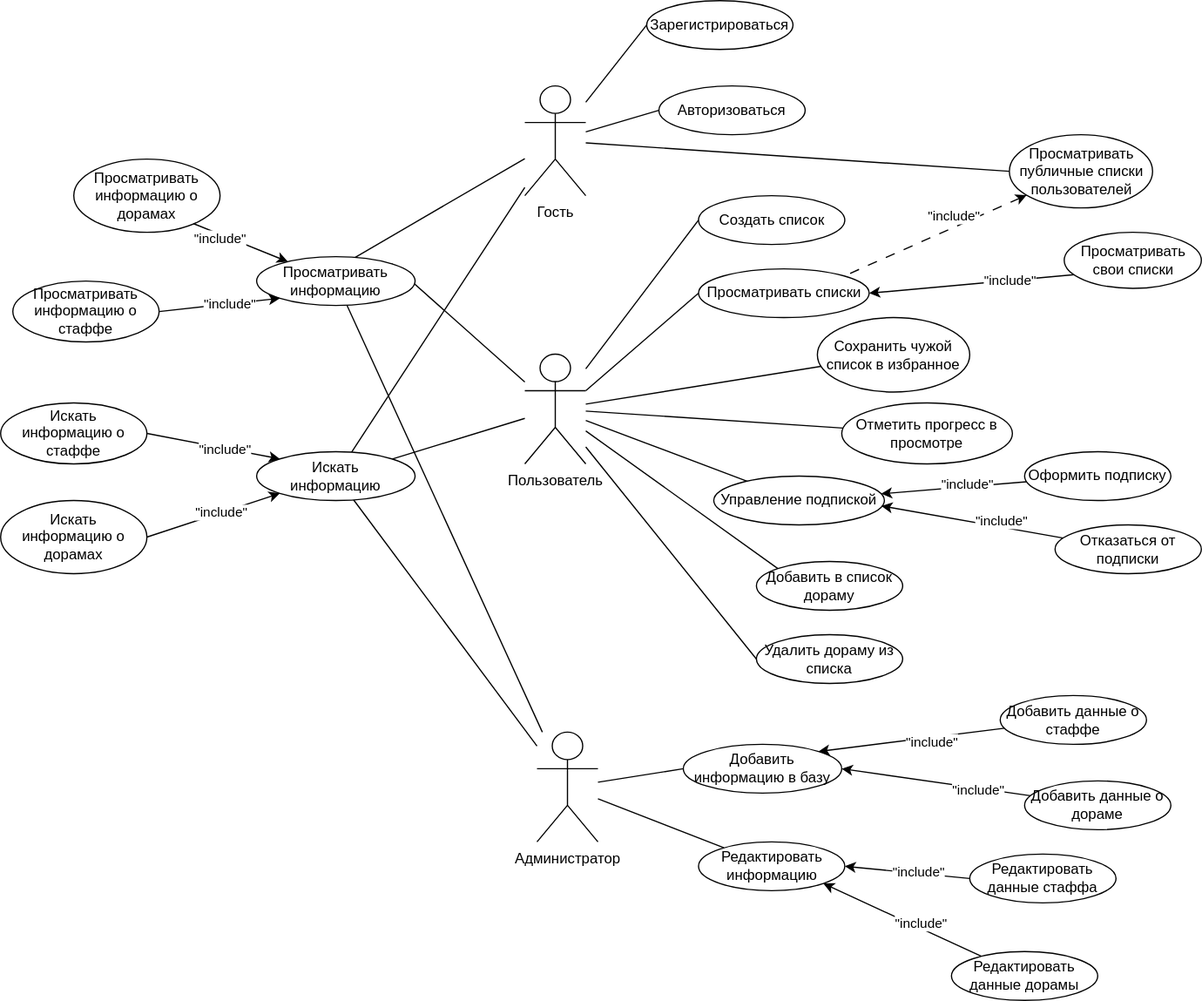
AskaryanKarine/DoramaSet keeps this draw.io diagram as docs/img/use-case.svg. Above is the earlier version. Source tidied: cells renumbered, new cells last; positions are measured from the earlier drawing's top-left corner, leaving out a move shared by most shapes.
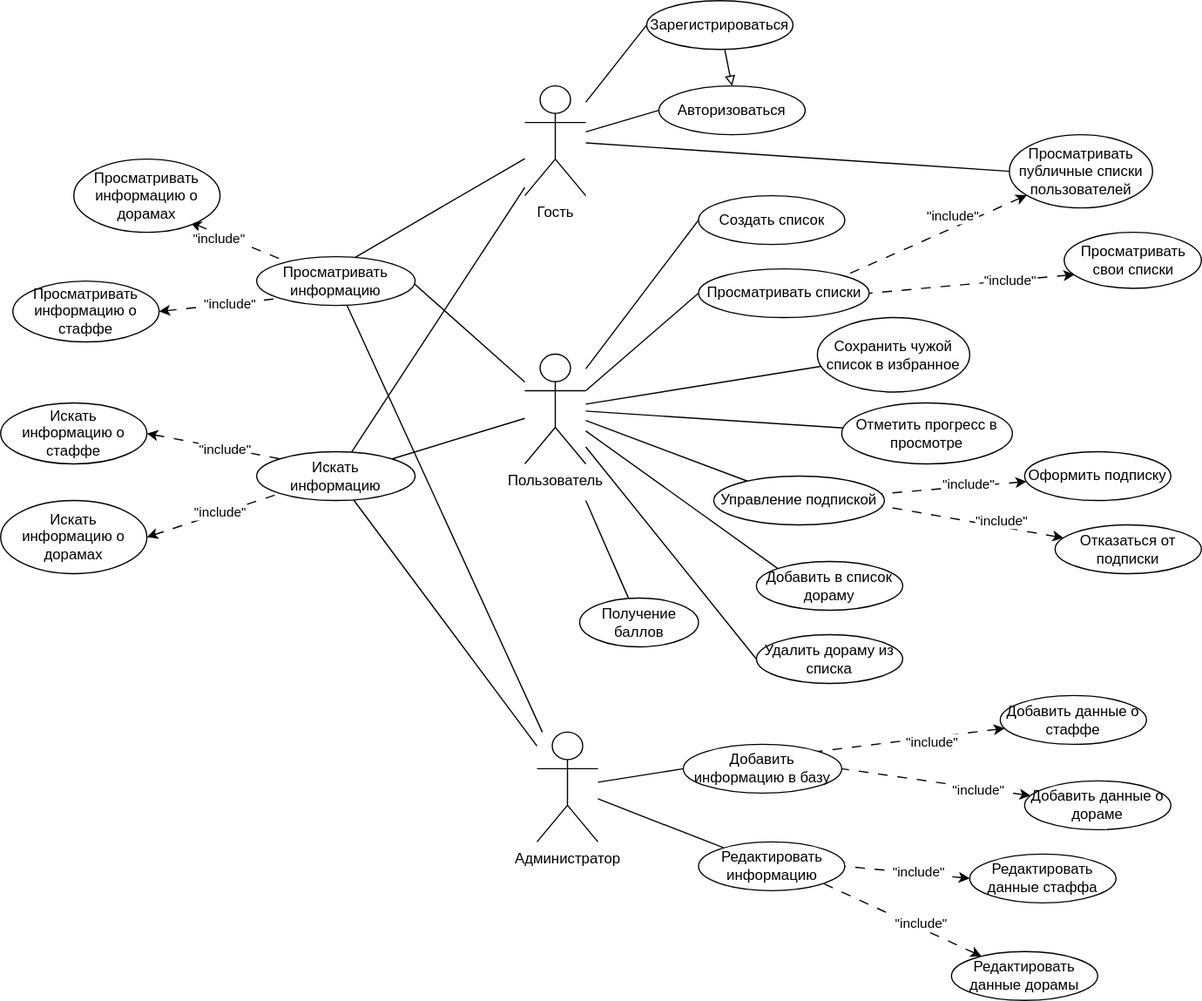
After the commit.

Diff of the diagram source:
```diff
@@ -17,6 +17,9 @@
     <mxCell id="6" value="Гость" style="shape=umlActor;verticalLabelPosition=bottom;verticalAlign=top;html=1;outlineConnect=0;" parent="1" vertex="1">
       <mxGeometry x="430" y="70" width="50" height="90" as="geometry" />
     </mxCell>
+    <mxCell id="72" style="rounded=0;jettySize=auto;html=1;entryX=0.5;entryY=0;entryDx=0;entryDy=0;startArrow=none;startFill=0;endArrow=block;endFill=0;endSize=6;" parent="1" edge="1" source="7" target="8">
+      <mxGeometry relative="1" as="geometry" />
+    </mxCell>
     <mxCell id="7" value="Зарегистрироваться" style="ellipse;whiteSpace=wrap;html=1;" parent="1" vertex="1">
       <mxGeometry x="530" width="120" height="40" as="geometry" />
     </mxCell>
@@ -56,7 +59,7 @@
     <mxCell id="19" value="Просматривать списки" style="ellipse;whiteSpace=wrap;html=1;" parent="1" vertex="1">
       <mxGeometry x="572.5" y="220" width="140" height="40" as="geometry" />
     </mxCell>
-    <mxCell id="20" style="edgeStyle=none;rounded=0;jettySize=auto;html=1;endArrow=classic;endFill=1;exitX=0.075;exitY=0.755;exitDx=0;exitDy=0;exitPerimeter=0;entryX=1;entryY=0.5;entryDx=0;entryDy=0;" parent="1" edge="1" source="22" target="19">
+    <mxCell id="20" style="edgeStyle=none;rounded=0;jettySize=auto;html=1;endArrow=none;endFill=0;exitX=0.075;exitY=0.755;exitDx=0;exitDy=0;exitPerimeter=0;entryX=1;entryY=0.5;entryDx=0;entryDy=0;startArrow=classic;startFill=1;endSize=6;dashed=1;dashPattern=8 8;" parent="1" edge="1" source="22" target="19">
       <mxGeometry relative="1" as="geometry" />
     </mxCell>
     <mxCell id="21" value="&quot;include&quot;" style="edgeLabel;html=1;align=center;verticalAlign=middle;" parent="20" vertex="1">
@@ -84,7 +87,7 @@
     <mxCell id="27" value="Редактировать информацию" style="ellipse;whiteSpace=wrap;html=1;" parent="1" vertex="1">
       <mxGeometry x="572.5" y="690" width="120" height="40" as="geometry" />
     </mxCell>
-    <mxCell id="28" style="edgeStyle=none;rounded=0;jettySize=auto;html=1;endArrow=classic;endFill=1;entryX=1;entryY=0.5;entryDx=0;entryDy=0;exitX=0;exitY=0.5;exitDx=0;exitDy=0;" parent="1" edge="1" source="30" target="27">
+    <mxCell id="28" style="edgeStyle=none;rounded=0;jettySize=auto;html=1;endArrow=none;endFill=0;entryX=1;entryY=0.5;entryDx=0;entryDy=0;exitX=0;exitY=0.5;exitDx=0;exitDy=0;dashed=1;dashPattern=8 8;startArrow=classic;startFill=1;" parent="1" edge="1" source="30" target="27">
       <mxGeometry relative="1" as="geometry" />
     </mxCell>
     <mxCell id="29" value="&quot;include&quot;" style="edgeLabel;html=1;align=center;verticalAlign=middle;" parent="28" vertex="1">
@@ -93,7 +96,7 @@
     <mxCell id="30" value="Редактировать данные стаффа" style="ellipse;whiteSpace=wrap;html=1;" parent="1" vertex="1">
       <mxGeometry x="795" y="700" width="120" height="40" as="geometry" />
     </mxCell>
-    <mxCell id="31" style="edgeStyle=none;rounded=0;jettySize=auto;html=1;endArrow=classic;endFill=1;entryX=1;entryY=1;entryDx=0;entryDy=0;" parent="1" edge="1" source="33" target="27">
+    <mxCell id="31" style="edgeStyle=none;rounded=0;jettySize=auto;html=1;endArrow=none;endFill=0;entryX=1;entryY=1;entryDx=0;entryDy=0;dashed=1;dashPattern=8 8;startArrow=classic;startFill=1;" parent="1" edge="1" source="33" target="27">
       <mxGeometry relative="1" as="geometry" />
     </mxCell>
     <mxCell id="32" value="&quot;include&quot;" style="edgeLabel;html=1;align=center;verticalAlign=middle;" parent="31" vertex="1">
@@ -102,7 +105,7 @@
     <mxCell id="33" value="Редактировать данные дорамы" style="ellipse;whiteSpace=wrap;html=1;" parent="1" vertex="1">
       <mxGeometry x="780" y="780" width="120" height="40" as="geometry" />
     </mxCell>
-    <mxCell id="34" style="edgeStyle=none;rounded=0;jettySize=auto;html=1;entryX=1;entryY=0;entryDx=0;entryDy=0;endArrow=classic;endFill=1;" parent="1" edge="1" source="36" target="18">
+    <mxCell id="34" style="edgeStyle=none;rounded=0;jettySize=auto;html=1;entryX=1;entryY=0;entryDx=0;entryDy=0;endArrow=none;endFill=0;startArrow=classic;startFill=1;dashed=1;dashPattern=8 8;" parent="1" edge="1" source="36" target="18">
       <mxGeometry relative="1" as="geometry" />
     </mxCell>
     <mxCell id="35" value="&quot;include&quot;" style="edgeLabel;html=1;align=center;verticalAlign=middle;" parent="34" vertex="1">
@@ -113,7 +116,7 @@
     <mxCell id="36" value="Добавить данные о стаффе" style="ellipse;whiteSpace=wrap;html=1;" parent="1" vertex="1">
       <mxGeometry x="820" y="570" width="120" height="40" as="geometry" />
     </mxCell>
-    <mxCell id="37" style="edgeStyle=none;rounded=0;jettySize=auto;html=1;entryX=1;entryY=0.5;entryDx=0;entryDy=0;endArrow=classic;endFill=1;" parent="1" edge="1" source="39" target="18">
+    <mxCell id="37" style="edgeStyle=none;rounded=0;jettySize=auto;html=1;entryX=1;entryY=0.5;entryDx=0;entryDy=0;endArrow=none;endFill=0;dashed=1;dashPattern=8 8;startArrow=classic;startFill=1;" parent="1" edge="1" source="39" target="18">
       <mxGeometry relative="1" as="geometry" />
     </mxCell>
     <mxCell id="38" value="&quot;include&quot;" style="edgeLabel;html=1;align=center;verticalAlign=middle;" parent="37" vertex="1">
@@ -143,7 +146,7 @@
     <mxCell id="46" value="Управление подпиской" style="ellipse;whiteSpace=wrap;html=1;" parent="1" vertex="1">
       <mxGeometry x="585" y="390" width="140" height="40" as="geometry" />
     </mxCell>
-    <mxCell id="47" style="edgeStyle=none;rounded=0;jettySize=auto;html=1;endArrow=classic;endFill=1;" parent="1" edge="1" source="49" target="46">
+    <mxCell id="47" style="edgeStyle=none;rounded=0;jettySize=auto;html=1;endArrow=none;endFill=0;startArrow=classic;startFill=1;dashed=1;dashPattern=8 8;" parent="1" edge="1" source="49" target="46">
       <mxGeometry relative="1" as="geometry" />
     </mxCell>
     <mxCell id="48" value="&quot;include&quot;" style="edgeLabel;html=1;align=center;verticalAlign=middle;" parent="47" vertex="1">
@@ -152,7 +155,7 @@
     <mxCell id="49" value="Оформить подписку" style="ellipse;whiteSpace=wrap;html=1;" parent="1" vertex="1">
       <mxGeometry x="840" y="370" width="120" height="40" as="geometry" />
     </mxCell>
-    <mxCell id="50" style="edgeStyle=none;rounded=0;jettySize=auto;html=1;entryX=0.982;entryY=0.611;entryDx=0;entryDy=0;endArrow=classic;endFill=1;entryPerimeter=0;" parent="1" edge="1" source="52" target="46">
+    <mxCell id="50" style="edgeStyle=none;rounded=0;jettySize=auto;html=1;entryX=0.982;entryY=0.611;entryDx=0;entryDy=0;endArrow=none;endFill=0;entryPerimeter=0;startArrow=classic;startFill=1;dashed=1;dashPattern=8 8;" parent="1" edge="1" source="52" target="46">
       <mxGeometry relative="1" as="geometry" />
     </mxCell>
     <mxCell id="51" value="&quot;include&quot;" style="edgeLabel;html=1;align=center;verticalAlign=middle;" parent="50" vertex="1">
@@ -167,7 +170,7 @@
     <mxCell id="54" value="Просматривать информацию" style="ellipse;whiteSpace=wrap;html=1;" parent="1" vertex="1">
       <mxGeometry x="210" y="210" width="130" height="40" as="geometry" />
     </mxCell>
-    <mxCell id="55" style="edgeStyle=none;rounded=0;jettySize=auto;html=1;exitX=0.797;exitY=0.865;exitDx=0;exitDy=0;endArrow=classic;endFill=1;exitPerimeter=0;" parent="1" edge="1" source="57" target="54">
+    <mxCell id="55" style="edgeStyle=none;rounded=0;jettySize=auto;html=1;exitX=0.797;exitY=0.865;exitDx=0;exitDy=0;endArrow=none;endFill=0;exitPerimeter=0;startArrow=classic;startFill=1;dashed=1;dashPattern=8 8;" parent="1" edge="1" source="57" target="54">
       <mxGeometry relative="1" as="geometry" />
     </mxCell>
     <mxCell id="56" value="&quot;include&quot;" style="edgeLabel;html=1;align=center;verticalAlign=middle;" parent="55" vertex="1">
@@ -176,7 +179,7 @@
     <mxCell id="57" value="Просматривать информацию о дорамах" style="ellipse;whiteSpace=wrap;html=1;" parent="1" vertex="1">
       <mxGeometry x="60" y="130" width="120" height="60" as="geometry" />
     </mxCell>
-    <mxCell id="58" style="edgeStyle=none;rounded=0;jettySize=auto;html=1;exitX=1;exitY=0.5;exitDx=0;exitDy=0;entryX=0;entryY=1;entryDx=0;entryDy=0;endArrow=classic;endFill=1;" parent="1" edge="1" source="60" target="54">
+    <mxCell id="58" style="edgeStyle=none;rounded=0;jettySize=auto;html=1;exitX=1;exitY=0.5;exitDx=0;exitDy=0;entryX=0;entryY=1;entryDx=0;entryDy=0;endArrow=none;endFill=0;startArrow=classic;startFill=1;dashed=1;dashPattern=8 8;" parent="1" edge="1" source="60" target="54">
       <mxGeometry relative="1" as="geometry" />
     </mxCell>
     <mxCell id="59" value="&quot;include&quot;" style="edgeLabel;html=1;align=center;verticalAlign=middle;" parent="58" vertex="1">
@@ -200,7 +203,7 @@
     <mxCell id="65" value="Искать &lt;br&gt;информацию" style="ellipse;whiteSpace=wrap;html=1;" parent="1" vertex="1">
       <mxGeometry x="210" y="370" width="130" height="40" as="geometry" />
     </mxCell>
-    <mxCell id="66" style="edgeStyle=none;rounded=0;jettySize=auto;html=1;exitX=1;exitY=0.5;exitDx=0;exitDy=0;endArrow=classic;endFill=1;entryX=0;entryY=1;entryDx=0;entryDy=0;" parent="1" edge="1" source="68" target="65">
+    <mxCell id="66" style="edgeStyle=none;rounded=0;jettySize=auto;html=1;exitX=1;exitY=0.5;exitDx=0;exitDy=0;endArrow=none;endFill=0;entryX=0;entryY=1;entryDx=0;entryDy=0;startArrow=classic;startFill=1;dashed=1;dashPattern=8 8;" parent="1" edge="1" source="68" target="65">
       <mxGeometry relative="1" as="geometry" />
     </mxCell>
     <mxCell id="67" value="&quot;include&quot;" style="edgeLabel;html=1;align=center;verticalAlign=middle;" parent="66" vertex="1">
@@ -211,7 +214,7 @@
     <mxCell id="68" value="Искать &lt;br&gt;информацию о дорамах" style="ellipse;whiteSpace=wrap;html=1;" parent="1" vertex="1">
       <mxGeometry y="410" width="120" height="60" as="geometry" />
     </mxCell>
-    <mxCell id="69" style="edgeStyle=none;rounded=0;jettySize=auto;html=1;exitX=1;exitY=0.5;exitDx=0;exitDy=0;entryX=0;entryY=0;entryDx=0;entryDy=0;endArrow=classic;endFill=1;" parent="1" edge="1" source="71" target="65">
+    <mxCell id="69" style="edgeStyle=none;rounded=0;jettySize=auto;html=1;exitX=1;exitY=0.5;exitDx=0;exitDy=0;entryX=0;entryY=0;entryDx=0;entryDy=0;endArrow=none;endFill=0;startArrow=classic;startFill=1;dashed=1;dashPattern=8 8;" parent="1" edge="1" source="71" target="65">
       <mxGeometry relative="1" as="geometry" />
     </mxCell>
     <mxCell id="70" value="&quot;include&quot;" style="edgeLabel;html=1;align=center;verticalAlign=middle;" parent="69" vertex="1">
@@ -220,5 +223,13 @@
     <mxCell id="71" value="Искать&lt;br&gt;информацию о стаффе" style="ellipse;whiteSpace=wrap;html=1;" parent="1" vertex="1">
       <mxGeometry y="330" width="120" height="50" as="geometry" />
     </mxCell>
+    <mxCell id="73" style="edgeStyle=none;rounded=0;jettySize=auto;html=1;startArrow=none;startFill=0;endArrow=none;endFill=0;endSize=6;" parent="1" edge="1" source="74">
+      <mxGeometry relative="1" as="geometry">
+        <mxPoint x="480" y="410" as="targetPoint" />
+      </mxGeometry>
+    </mxCell>
+    <mxCell id="74" value="Получение баллов" style="ellipse;whiteSpace=wrap;html=1;" parent="1" vertex="1">
+      <mxGeometry x="475" y="490" width="97.5" height="40" as="geometry" />
+    </mxCell>
   </root>
 </mxGraphModel>
```
